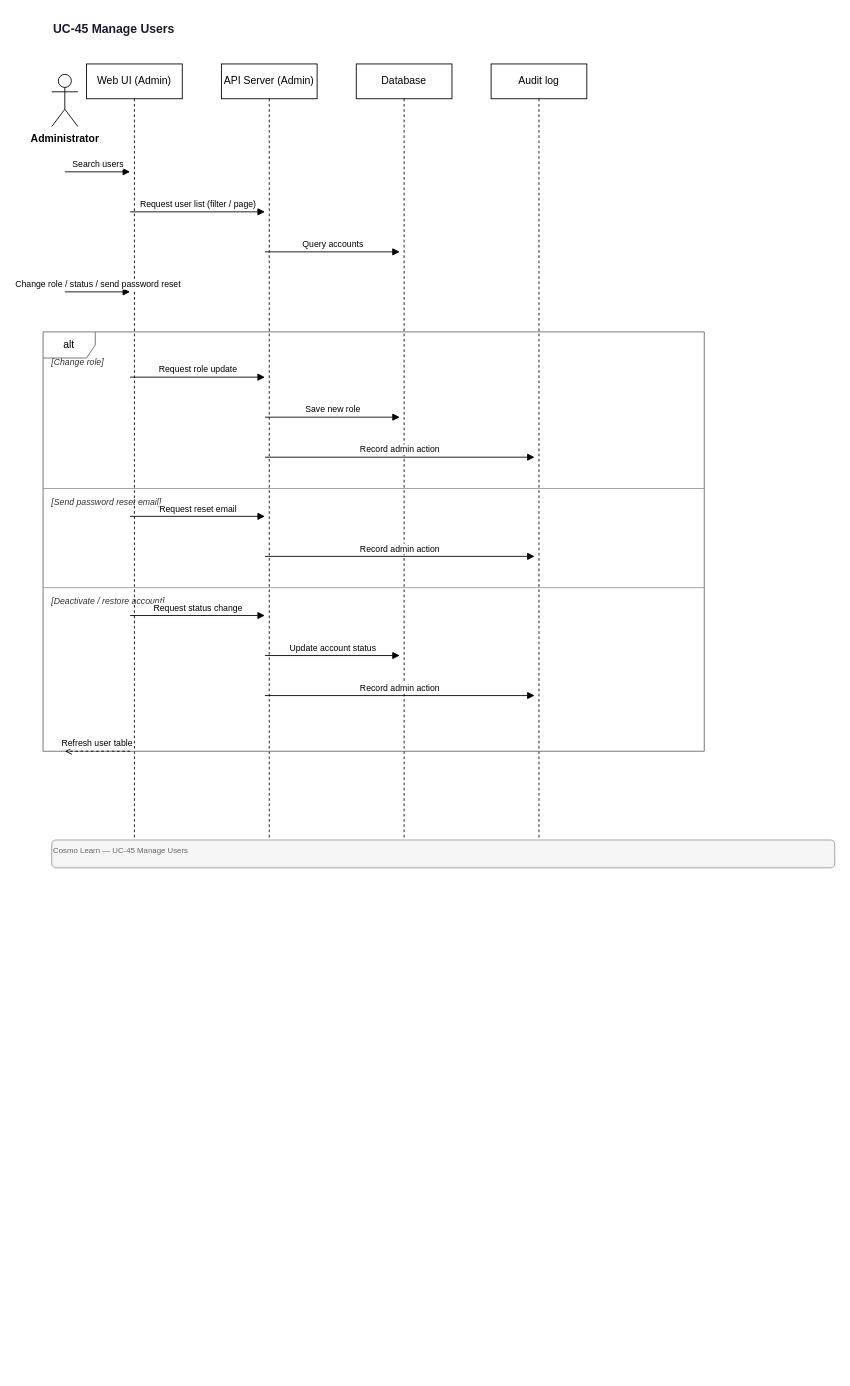
Above: docs/diagrams/sequence/UC-45-Manage-User.drawio in quangg1/ASTRO_EDU (draw.io), before the change. Source tidied: cells renumbered, new cells numbered last; positions are measured from the earlier drawing's top-left corner, leaving out a move shared by most shapes. Both pictures are drawn from the tidied source at 87%, with x=0, y=0 at pixel (43, 15).
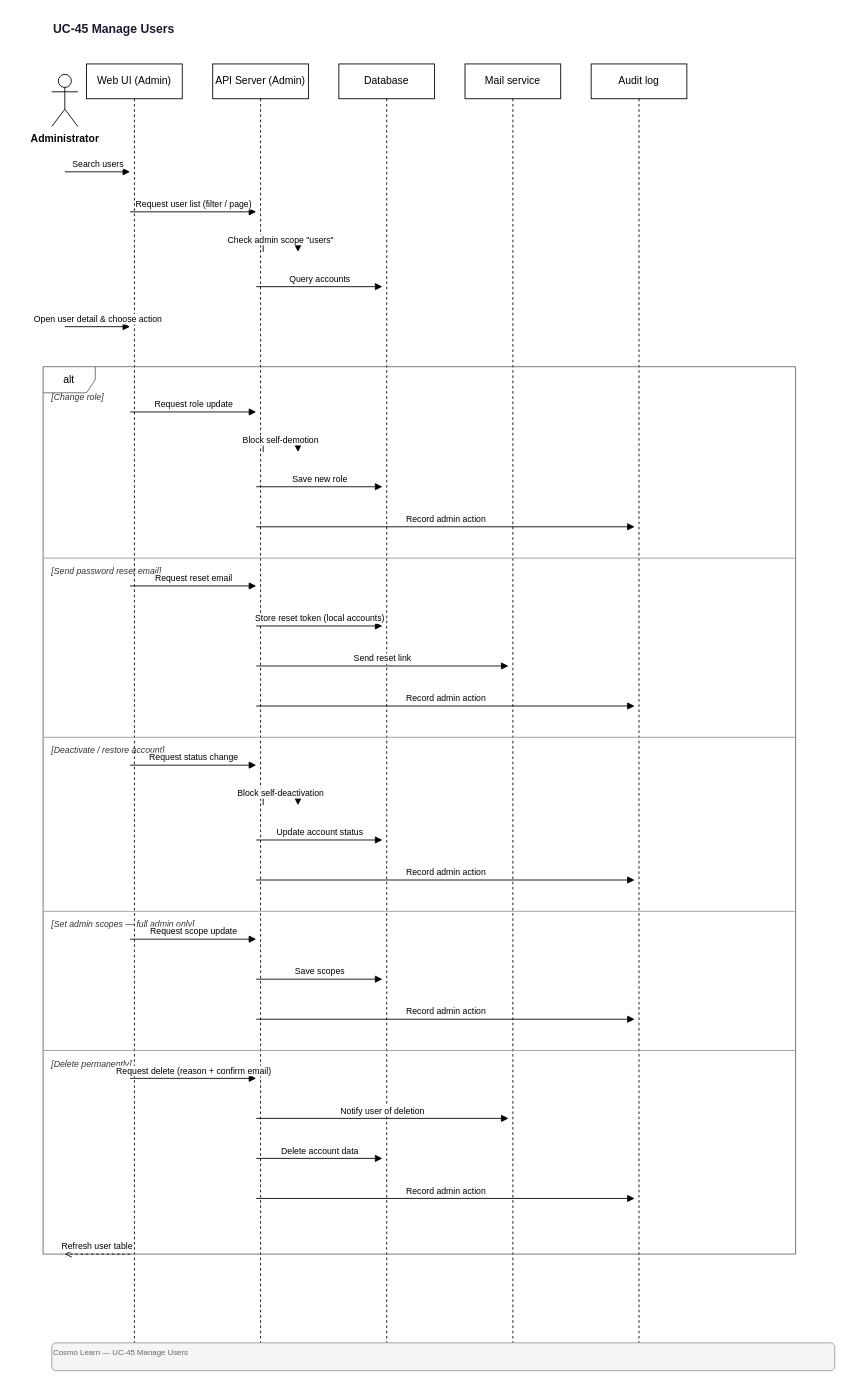
Above is the later version.

The edit, as a diff of the source:
```diff
@@
     <mxCell id="4" value="Web UI (Admin)" style="shape=umlLifeline;perimeter=lifelinePerimeter;whiteSpace=wrap;html=1;size=40;" parent="1" vertex="1">
-      <mxGeometry x="50" y="56" width="110" height="894" as="geometry" />
+      <mxGeometry x="50" y="56" width="110" height="1472" as="geometry" />
     </mxCell>
     <mxCell id="5" value="API Server (Admin)" style="shape=umlLifeline;perimeter=lifelinePerimeter;whiteSpace=wrap;html=1;size=40;" parent="1" vertex="1">
-      <mxGeometry x="205" y="56" width="110" height="894" as="geometry" />
+      <mxGeometry x="195" y="56" width="110" height="1472" as="geometry" />
     </mxCell>
     <mxCell id="6" value="Database" style="shape=umlLifeline;perimeter=lifelinePerimeter;whiteSpace=wrap;html=1;size=40;" parent="1" vertex="1">
-      <mxGeometry x="360" y="56" width="110" height="894" as="geometry" />
+      <mxGeometry x="340" y="56" width="110" height="1472" as="geometry" />
     </mxCell>
+    <mxCell id="28" value="Mail service" style="shape=umlLifeline;perimeter=lifelinePerimeter;whiteSpace=wrap;html=1;size=40;" parent="1" vertex="1">
+      <mxGeometry x="485" y="56" width="110" height="1472" as="geometry" />
+    </mxCell>
     <mxCell id="7" value="Audit log" style="shape=umlLifeline;perimeter=lifelinePerimeter;whiteSpace=wrap;html=1;size=40;" parent="1" vertex="1">
-      <mxGeometry x="515" y="56" width="110" height="894" as="geometry" />
+      <mxGeometry x="630" y="56" width="110" height="1472" as="geometry" />
     </mxCell>
@@
     <mxCell id="9" value="Request user list (filter / page)" style="endArrow=block;endFill=1;html=1;fontSize=10;verticalAlign=bottom;" parent="1" edge="1">
       <mxGeometry relative="1" as="geometry">
         <mxPoint x="100" y="226" as="sourcePoint" />
-        <mxPoint x="255" y="226" as="targetPoint" />
+        <mxPoint x="245" y="226" as="targetPoint" />
       </mxGeometry>
     </mxCell>
-    <mxCell id="10" value="Query accounts" style="endArrow=block;endFill=1;html=1;fontSize=10;verticalAlign=bottom;" parent="1" edge="1">
+    <mxCell id="10" value="Check admin scope &quot;users&quot;" style="endArrow=block;endFill=1;html=1;fontSize=10;edgeStyle=orthogonalEdgeStyle;rounded=0;" parent="1" edge="1">
       <mxGeometry relative="1" as="geometry">
-        <mxPoint x="255" y="272" as="sourcePoint" />
-        <mxPoint x="410" y="272" as="targetPoint" />
+        <mxPoint x="253" y="272" as="sourcePoint" />
+        <mxPoint x="293" y="272" as="targetPoint" />
+        <Array as="points">
+          <mxPoint x="293" y="258" />
+          <mxPoint x="253" y="258" />
+        </Array>
       </mxGeometry>
     </mxCell>
-    <mxCell id="11" value="Change role / status / send password reset" style="endArrow=block;endFill=1;html=1;fontSize=10;verticalAlign=bottom;" parent="1" edge="1">
+    <mxCell id="11" value="Query accounts" style="endArrow=block;endFill=1;html=1;fontSize=10;verticalAlign=bottom;" parent="1" edge="1">
       <mxGeometry relative="1" as="geometry">
-        <mxPoint x="25" y="318" as="sourcePoint" />
-        <mxPoint x="100" y="318" as="targetPoint" />
+        <mxPoint x="245" y="312" as="sourcePoint" />
+        <mxPoint x="390" y="312" as="targetPoint" />
       </mxGeometry>
     </mxCell>
-    <mxCell id="12" value="alt" style="shape=umlFrame;whiteSpace=wrap;html=1;fillColor=none;strokeColor=#666666;" parent="1" vertex="1">
-      <mxGeometry y="364" width="760" height="482" as="geometry" />
+    <mxCell id="12" value="Open user detail &amp; choose action" style="endArrow=block;endFill=1;html=1;fontSize=10;verticalAlign=bottom;" parent="1" edge="1">
+      <mxGeometry relative="1" as="geometry">
+        <mxPoint x="25" y="358" as="sourcePoint" />
+        <mxPoint x="100" y="358" as="targetPoint" />
+      </mxGeometry>
     </mxCell>
-    <mxCell id="13" value="[Change role]" style="text;html=1;strokeColor=none;fillColor=none;align=left;verticalAlign=middle;fontSize=10;fontStyle=2;fontColor=#333333;" parent="1" vertex="1">
-      <mxGeometry x="8" y="390" width="744" height="18" as="geometry" />
+    <mxCell id="13" value="alt" style="shape=umlFrame;whiteSpace=wrap;html=1;fillColor=none;strokeColor=#666666;" parent="1" vertex="1">
+      <mxGeometry y="404" width="865" height="1020" as="geometry" />
     </mxCell>
-    <mxCell id="14" value="Request role update" style="endArrow=block;endFill=1;html=1;fontSize=10;verticalAlign=bottom;" parent="1" edge="1">
-      <mxGeometry relative="1" as="geometry">
-        <mxPoint x="100" y="416" as="sourcePoint" />
-        <mxPoint x="255" y="416" as="targetPoint" />
-      </mxGeometry>
+    <mxCell id="14" value="[Change role]" style="text;html=1;strokeColor=none;fillColor=none;align=left;verticalAlign=middle;fontSize=10;fontStyle=2;fontColor=#333333;" parent="1" vertex="1">
+      <mxGeometry x="8" y="430" width="849" height="18" as="geometry" />
     </mxCell>
-    <mxCell id="15" value="Save new role" style="endArrow=block;endFill=1;html=1;fontSize=10;verticalAlign=bottom;" parent="1" edge="1">
+    <mxCell id="15" value="Request role update" style="endArrow=block;endFill=1;html=1;fontSize=10;verticalAlign=bottom;" parent="1" edge="1">
       <mxGeometry relative="1" as="geometry">
-        <mxPoint x="255" y="462" as="sourcePoint" />
-        <mxPoint x="410" y="462" as="targetPoint" />
+        <mxPoint x="100" y="456" as="sourcePoint" />
+        <mxPoint x="245" y="456" as="targetPoint" />
       </mxGeometry>
     </mxCell>
-    <mxCell id="16" value="Record admin action" style="endArrow=block;endFill=1;html=1;fontSize=10;verticalAlign=bottom;" parent="1" edge="1">
+    <mxCell id="16" value="Block self-demotion" style="endArrow=block;endFill=1;html=1;fontSize=10;edgeStyle=orthogonalEdgeStyle;rounded=0;" parent="1" edge="1">
       <mxGeometry relative="1" as="geometry">
-        <mxPoint x="255" y="508" as="sourcePoint" />
-        <mxPoint x="565" y="508" as="targetPoint" />
+        <mxPoint x="253" y="502" as="sourcePoint" />
+        <mxPoint x="293" y="502" as="targetPoint" />
+        <Array as="points">
+          <mxPoint x="293" y="488" />
+          <mxPoint x="253" y="488" />
+        </Array>
       </mxGeometry>
     </mxCell>
-    <mxCell id="17" value="[Send password reset email]" style="text;html=1;strokeColor=none;fillColor=none;align=left;verticalAlign=middle;fontSize=10;fontStyle=2;fontColor=#333333;" parent="1" vertex="1">
-      <mxGeometry x="8" y="550" width="744" height="18" as="geometry" />
+    <mxCell id="17" value="Save new role" style="endArrow=block;endFill=1;html=1;fontSize=10;verticalAlign=bottom;" parent="1" edge="1">
+      <mxGeometry relative="1" as="geometry">
+        <mxPoint x="245" y="542" as="sourcePoint" />
+        <mxPoint x="390" y="542" as="targetPoint" />
+      </mxGeometry>
     </mxCell>
-    <mxCell id="18" style="endArrow=none;html=1;strokeWidth=1;strokeColor=#999999;" parent="1" edge="1">
+    <mxCell id="18" value="Record admin action" style="endArrow=block;endFill=1;html=1;fontSize=10;verticalAlign=bottom;" parent="1" edge="1">
       <mxGeometry relative="1" as="geometry">
-        <mxPoint y="544" as="sourcePoint" />
-        <mxPoint x="760" y="544" as="targetPoint" />
+        <mxPoint x="245" y="588" as="sourcePoint" />
+        <mxPoint x="680" y="588" as="targetPoint" />
       </mxGeometry>
     </mxCell>
-    <mxCell id="19" value="Request reset email" style="endArrow=block;endFill=1;html=1;fontSize=10;verticalAlign=bottom;" parent="1" edge="1">
-      <mxGeometry relative="1" as="geometry">
-        <mxPoint x="100" y="576" as="sourcePoint" />
-        <mxPoint x="255" y="576" as="targetPoint" />
-      </mxGeometry>
+    <mxCell id="19" value="[Send password reset email]" style="text;html=1;strokeColor=none;fillColor=none;align=left;verticalAlign=middle;fontSize=10;fontStyle=2;fontColor=#333333;" parent="1" vertex="1">
+      <mxGeometry x="8" y="630" width="849" height="18" as="geometry" />
     </mxCell>
-    <mxCell id="20" value="Record admin action" style="endArrow=block;endFill=1;html=1;fontSize=10;verticalAlign=bottom;" parent="1" edge="1">
+    <mxCell id="20" style="endArrow=none;html=1;strokeWidth=1;strokeColor=#999999;" parent="1" edge="1">
       <mxGeometry relative="1" as="geometry">
-        <mxPoint x="255" y="622" as="sourcePoint" />
-        <mxPoint x="565" y="622" as="targetPoint" />
+        <mxPoint y="624" as="sourcePoint" />
+        <mxPoint x="865" y="624" as="targetPoint" />
       </mxGeometry>
     </mxCell>
-    <mxCell id="21" value="[Deactivate / restore account]" style="text;html=1;strokeColor=none;fillColor=none;align=left;verticalAlign=middle;fontSize=10;fontStyle=2;fontColor=#333333;" parent="1" vertex="1">
-      <mxGeometry x="8" y="664" width="744" height="18" as="geometry" />
+    <mxCell id="21" value="Request reset email" style="endArrow=block;endFill=1;html=1;fontSize=10;verticalAlign=bottom;" parent="1" edge="1">
+      <mxGeometry relative="1" as="geometry">
+        <mxPoint x="100" y="656" as="sourcePoint" />
+        <mxPoint x="245" y="656" as="targetPoint" />
+      </mxGeometry>
     </mxCell>
-    <mxCell id="22" style="endArrow=none;html=1;strokeWidth=1;strokeColor=#999999;" parent="1" edge="1">
+    <mxCell id="22" value="Store reset token (local accounts)" style="endArrow=block;endFill=1;html=1;fontSize=10;verticalAlign=bottom;" parent="1" edge="1">
       <mxGeometry relative="1" as="geometry">
-        <mxPoint y="658" as="sourcePoint" />
-        <mxPoint x="760" y="658" as="targetPoint" />
+        <mxPoint x="245" y="702" as="sourcePoint" />
+        <mxPoint x="390" y="702" as="targetPoint" />
       </mxGeometry>
     </mxCell>
-    <mxCell id="23" value="Request status change" style="endArrow=block;endFill=1;html=1;fontSize=10;verticalAlign=bottom;" parent="1" edge="1">
+    <mxCell id="23" value="Send reset link" style="endArrow=block;endFill=1;html=1;fontSize=10;verticalAlign=bottom;" parent="1" edge="1">
       <mxGeometry relative="1" as="geometry">
-        <mxPoint x="100" y="690" as="sourcePoint" />
-        <mxPoint x="255" y="690" as="targetPoint" />
+        <mxPoint x="245" y="748" as="sourcePoint" />
+        <mxPoint x="535" y="748" as="targetPoint" />
       </mxGeometry>
     </mxCell>
-    <mxCell id="24" value="Update account status" style="endArrow=block;endFill=1;html=1;fontSize=10;verticalAlign=bottom;" parent="1" edge="1">
+    <mxCell id="24" value="Record admin action" style="endArrow=block;endFill=1;html=1;fontSize=10;verticalAlign=bottom;" parent="1" edge="1">
       <mxGeometry relative="1" as="geometry">
-        <mxPoint x="255" y="736" as="sourcePoint" />
-        <mxPoint x="410" y="736" as="targetPoint" />
+        <mxPoint x="245" y="794" as="sourcePoint" />
+        <mxPoint x="680" y="794" as="targetPoint" />
       </mxGeometry>
     </mxCell>
-    <mxCell id="25" value="Record admin action" style="endArrow=block;endFill=1;html=1;fontSize=10;verticalAlign=bottom;" parent="1" edge="1">
-      <mxGeometry relative="1" as="geometry">
-        <mxPoint x="255" y="782" as="sourcePoint" />
-        <mxPoint x="565" y="782" as="targetPoint" />
-      </mxGeometry>
+    <mxCell id="25" value="[Deactivate / restore account]" style="text;html=1;strokeColor=none;fillColor=none;align=left;verticalAlign=middle;fontSize=10;fontStyle=2;fontColor=#333333;" parent="1" vertex="1">
+      <mxGeometry x="8" y="836" width="849" height="18" as="geometry" />
     </mxCell>
-    <mxCell id="26" value="Refresh user table" style="endArrow=open;endFill=0;html=1;dashed=1;fontSize=10;verticalAlign=bottom;" parent="1" edge="1">
+    <mxCell id="26" style="endArrow=none;html=1;strokeWidth=1;strokeColor=#999999;" parent="1" edge="1">
       <mxGeometry relative="1" as="geometry">
-        <mxPoint x="100" y="846" as="sourcePoint" />
-        <mxPoint x="25" y="846" as="targetPoint" />
+        <mxPoint y="830" as="sourcePoint" />
+        <mxPoint x="865" y="830" as="targetPoint" />
       </mxGeometry>
     </mxCell>
-    <mxCell id="27" value="Cosmo Learn — UC-45 Manage Users" style="text;html=1;strokeColor=#999;fillColor=#f5f5f5;align=left;verticalAlign=top;fontSize=9;fontColor=#666;rounded=1;" parent="1" vertex="1">
-      <mxGeometry x="10" y="948" width="900" height="32" as="geometry" />
+    <mxCell id="27" value="Request status change" style="endArrow=block;endFill=1;html=1;fontSize=10;verticalAlign=bottom;" parent="1" edge="1">
+      <mxGeometry relative="1" as="geometry">
+        <mxPoint x="100" y="862" as="sourcePoint" />
+        <mxPoint x="245" y="862" as="targetPoint" />
+      </mxGeometry>
     </mxCell>
+    <mxCell id="29" value="Block self-deactivation" style="endArrow=block;endFill=1;html=1;fontSize=10;edgeStyle=orthogonalEdgeStyle;rounded=0;" parent="1" edge="1">
+      <mxGeometry relative="1" as="geometry">
+        <mxPoint x="253" y="908" as="sourcePoint" />
+        <mxPoint x="293" y="908" as="targetPoint" />
+        <Array as="points">
+          <mxPoint x="293" y="894" />
+          <mxPoint x="253" y="894" />
+        </Array>
+      </mxGeometry>
+    </mxCell>
+    <mxCell id="30" value="Update account status" style="endArrow=block;endFill=1;html=1;fontSize=10;verticalAlign=bottom;" parent="1" edge="1">
+      <mxGeometry relative="1" as="geometry">
+        <mxPoint x="245" y="948" as="sourcePoint" />
+        <mxPoint x="390" y="948" as="targetPoint" />
+      </mxGeometry>
+    </mxCell>
+    <mxCell id="31" value="Record admin action" style="endArrow=block;endFill=1;html=1;fontSize=10;verticalAlign=bottom;" parent="1" edge="1">
+      <mxGeometry relative="1" as="geometry">
+        <mxPoint x="245" y="994" as="sourcePoint" />
+        <mxPoint x="680" y="994" as="targetPoint" />
+      </mxGeometry>
+    </mxCell>
+    <mxCell id="32" value="[Set admin scopes — full admin only]" style="text;html=1;strokeColor=none;fillColor=none;align=left;verticalAlign=middle;fontSize=10;fontStyle=2;fontColor=#333333;" parent="1" vertex="1">
+      <mxGeometry x="8" y="1036" width="849" height="18" as="geometry" />
+    </mxCell>
+    <mxCell id="33" style="endArrow=none;html=1;strokeWidth=1;strokeColor=#999999;" parent="1" edge="1">
+      <mxGeometry relative="1" as="geometry">
+        <mxPoint y="1030" as="sourcePoint" />
+        <mxPoint x="865" y="1030" as="targetPoint" />
+      </mxGeometry>
+    </mxCell>
+    <mxCell id="34" value="Request scope update" style="endArrow=block;endFill=1;html=1;fontSize=10;verticalAlign=bottom;" parent="1" edge="1">
+      <mxGeometry relative="1" as="geometry">
+        <mxPoint x="100" y="1062" as="sourcePoint" />
+        <mxPoint x="245" y="1062" as="targetPoint" />
+      </mxGeometry>
+    </mxCell>
+    <mxCell id="35" value="Save scopes" style="endArrow=block;endFill=1;html=1;fontSize=10;verticalAlign=bottom;" parent="1" edge="1">
+      <mxGeometry relative="1" as="geometry">
+        <mxPoint x="245" y="1108" as="sourcePoint" />
+        <mxPoint x="390" y="1108" as="targetPoint" />
+      </mxGeometry>
+    </mxCell>
+    <mxCell id="36" value="Record admin action" style="endArrow=block;endFill=1;html=1;fontSize=10;verticalAlign=bottom;" parent="1" edge="1">
+      <mxGeometry relative="1" as="geometry">
+        <mxPoint x="245" y="1154" as="sourcePoint" />
+        <mxPoint x="680" y="1154" as="targetPoint" />
+      </mxGeometry>
+    </mxCell>
+    <mxCell id="37" value="[Delete permanently]" style="text;html=1;strokeColor=none;fillColor=none;align=left;verticalAlign=middle;fontSize=10;fontStyle=2;fontColor=#333333;" parent="1" vertex="1">
+      <mxGeometry x="8" y="1196" width="849" height="18" as="geometry" />
+    </mxCell>
+    <mxCell id="38" style="endArrow=none;html=1;strokeWidth=1;strokeColor=#999999;" parent="1" edge="1">
+      <mxGeometry relative="1" as="geometry">
+        <mxPoint y="1190" as="sourcePoint" />
+        <mxPoint x="865" y="1190" as="targetPoint" />
+      </mxGeometry>
+    </mxCell>
+    <mxCell id="39" value="Request delete (reason + confirm email)" style="endArrow=block;endFill=1;html=1;fontSize=10;verticalAlign=bottom;" parent="1" edge="1">
+      <mxGeometry relative="1" as="geometry">
+        <mxPoint x="100" y="1222" as="sourcePoint" />
+        <mxPoint x="245" y="1222" as="targetPoint" />
+      </mxGeometry>
+    </mxCell>
+    <mxCell id="40" value="Notify user of deletion" style="endArrow=block;endFill=1;html=1;fontSize=10;verticalAlign=bottom;" parent="1" edge="1">
+      <mxGeometry relative="1" as="geometry">
+        <mxPoint x="245" y="1268" as="sourcePoint" />
+        <mxPoint x="535" y="1268" as="targetPoint" />
+      </mxGeometry>
+    </mxCell>
+    <mxCell id="41" value="Delete account data" style="endArrow=block;endFill=1;html=1;fontSize=10;verticalAlign=bottom;" parent="1" edge="1">
+      <mxGeometry relative="1" as="geometry">
+        <mxPoint x="245" y="1314" as="sourcePoint" />
+        <mxPoint x="390" y="1314" as="targetPoint" />
+      </mxGeometry>
+    </mxCell>
+    <mxCell id="42" value="Record admin action" style="endArrow=block;endFill=1;html=1;fontSize=10;verticalAlign=bottom;" parent="1" edge="1">
+      <mxGeometry relative="1" as="geometry">
+        <mxPoint x="245" y="1360" as="sourcePoint" />
+        <mxPoint x="680" y="1360" as="targetPoint" />
+      </mxGeometry>
+    </mxCell>
+    <mxCell id="43" value="Refresh user table" style="endArrow=open;endFill=0;html=1;dashed=1;fontSize=10;verticalAlign=bottom;" parent="1" edge="1">
+      <mxGeometry relative="1" as="geometry">
+        <mxPoint x="100" y="1424" as="sourcePoint" />
+        <mxPoint x="25" y="1424" as="targetPoint" />
+      </mxGeometry>
+    </mxCell>
+    <mxCell id="44" value="Cosmo Learn — UC-45 Manage Users" style="text;html=1;strokeColor=#999;fillColor=#f5f5f5;align=left;verticalAlign=top;fontSize=9;fontColor=#666;rounded=1;" parent="1" vertex="1">
+      <mxGeometry x="10" y="1526" width="900" height="32" as="geometry" />
+    </mxCell>
```
